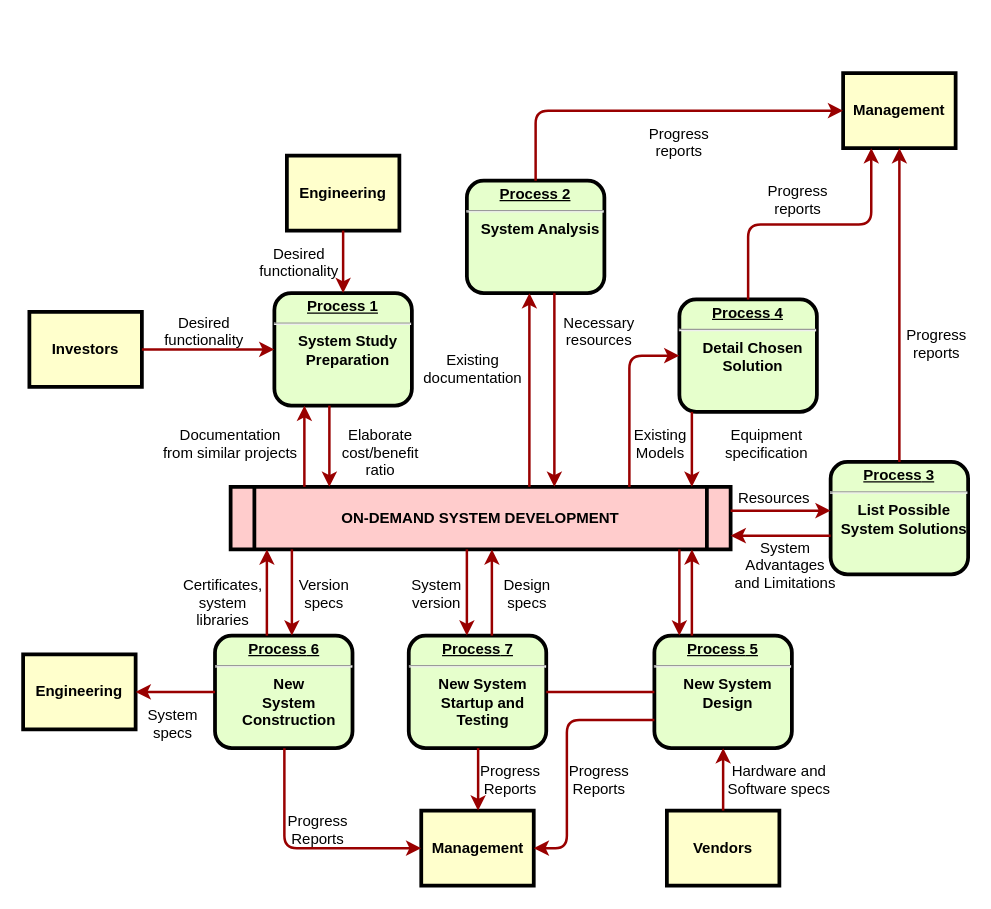
Before: Диаграмма без названия.drawio in loewa86/main, a draw.io diagram. Source tidied: cells renumbered, new cells numbered last; positions are measured from the earlier drawing's top-left corner, leaving out a move shared by most shapes. Both pictures are drawn from the tidied source at 125%, with x=0, y=0 at pixel (22, 72).
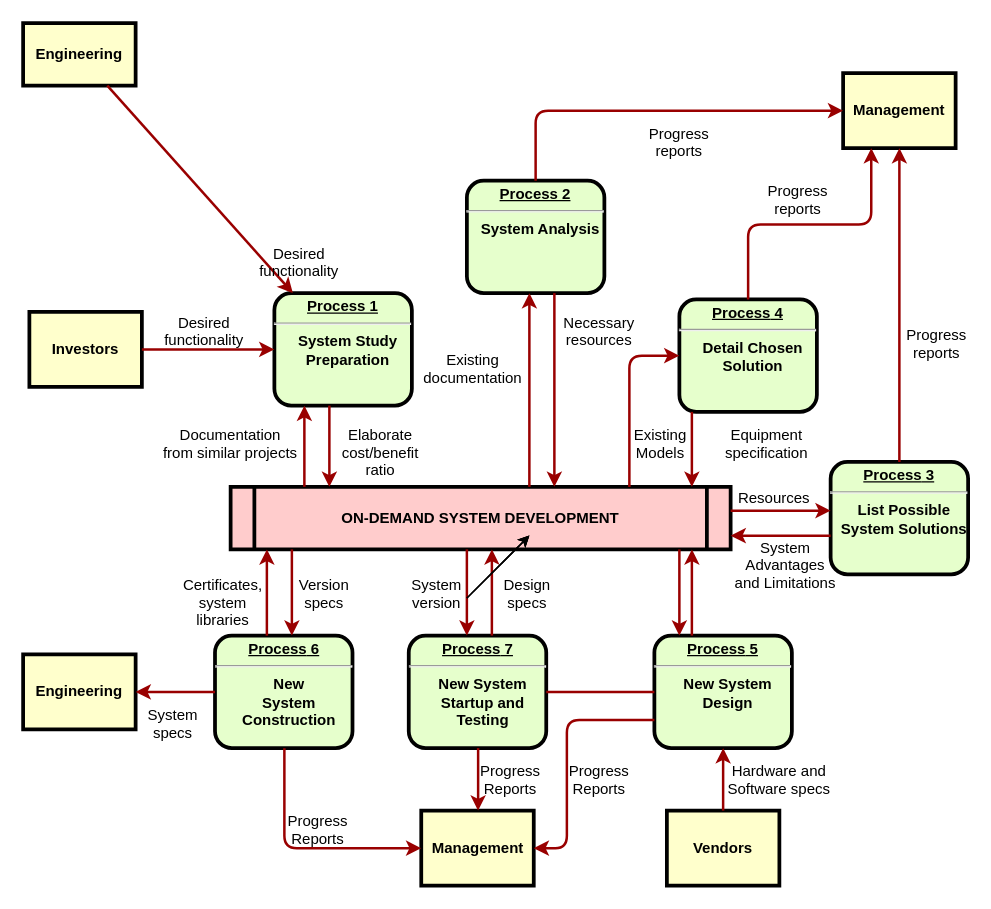
After the change.

The edit, as a diff of the source:
```diff
@@
     <mxCell id="3" value="Engineering" style="whiteSpace=wrap;align=center;verticalAlign=middle;fontStyle=1;strokeWidth=3;fillColor=#FFFFCC;" parent="1" vertex="1">
-      <mxGeometry x="211" y="66" width="90" height="60" as="geometry" />
+      <mxGeometry y="-40" width="90" height="50" as="geometry" />
     </mxCell>
@@
+    <mxCell id="63" style="endArrow=classic;html=1;rounded=0;" parent="1" edge="1">
+      <mxGeometry relative="1" as="geometry">
+        <mxPoint x="355" y="420" as="sourcePoint" />
+        <mxPoint x="405" y="370" as="targetPoint" />
+      </mxGeometry>
+    </mxCell>
+    <mxCell id="64" style="endArrow=classic;html=1;rounded=0;" parent="1" edge="1">
+      <mxGeometry relative="1" as="geometry">
+        <mxPoint x="355" y="420" as="sourcePoint" />
+        <mxPoint x="405" y="370" as="targetPoint" />
+      </mxGeometry>
+    </mxCell>
+    <mxCell id="65" style="endArrow=classic;html=1;rounded=0;" parent="1" edge="1">
+      <mxGeometry relative="1" as="geometry">
+        <mxPoint x="355" y="420" as="sourcePoint" />
+        <mxPoint x="405" y="370" as="targetPoint" />
+      </mxGeometry>
+    </mxCell>
```
